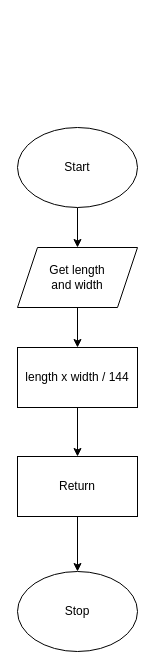
The draw.io diagram flow.drawio in lily-liu-17/ics4u-unit1-05-typescript, before the edit. Source tidied: cells renumbered, new cells numbered last; positions are measured from the earlier drawing's top-left corner, leaving out a move shared by most shapes. Both pictures are drawn from the tidied source at 100%, with x=0, y=0 at pixel (17, 127).
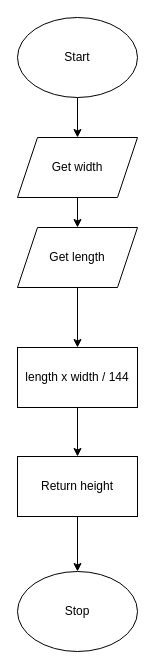
After the change.

Diff of the diagram source:
```diff
@@
 <mxGraphModel>
   <root>
     <mxCell id="0" />
     <mxCell id="1" parent="0" />
     <mxCell id="2" value="Stop" style="ellipse;whiteSpace=wrap;html=1;" parent="1" vertex="1">
       <mxGeometry y="444" width="120" height="80" as="geometry" />
     </mxCell>
-    <mxCell id="3" style="edgeStyle=none;html=1;" parent="1" edge="1" source="4" target="8">
-      <mxGeometry relative="1" as="geometry" />
-    </mxCell>
+    <mxCell id="11" style="edgeStyle=none;html=1;" parent="1" edge="1" source="4" target="15">
+      <mxGeometry relative="1" as="geometry" />
+    </mxCell>
     <mxCell id="4" value="Start" style="ellipse;whiteSpace=wrap;html=1;" parent="1" vertex="1">
-      <mxGeometry width="120" height="80" as="geometry" />
+      <mxGeometry y="-110" width="120" height="80" as="geometry" />
     </mxCell>
     <mxCell id="5" style="edgeStyle=none;html=1;" parent="1" edge="1" source="6" target="2">
       <mxGeometry relative="1" as="geometry" />
     </mxCell>
-    <mxCell id="6" value="Return" style="rounded=0;whiteSpace=wrap;html=1;" parent="1" vertex="1">
+    <mxCell id="6" value="Return height" style="rounded=0;whiteSpace=wrap;html=1;" parent="1" vertex="1">
       <mxGeometry y="329" width="120" height="60" as="geometry" />
     </mxCell>
-    <mxCell id="7" style="edgeStyle=none;html=1;" parent="1" edge="1" source="8" target="10">
-      <mxGeometry relative="1" as="geometry" />
-    </mxCell>
-    <mxCell id="8" value="Get length &lt;br&gt;and width" style="shape=parallelogram;perimeter=parallelogramPerimeter;whiteSpace=wrap;html=1;fixedSize=1;" parent="1" vertex="1">
-      <mxGeometry y="120" width="120" height="60" as="geometry" />
-    </mxCell>
     <mxCell id="9" style="edgeStyle=none;html=1;" parent="1" edge="1" source="10" target="6">
       <mxGeometry relative="1" as="geometry" />
     </mxCell>
     <mxCell id="10" value="length x width / 144" style="rounded=0;whiteSpace=wrap;html=1;" parent="1" vertex="1">
       <mxGeometry y="220" width="120" height="60" as="geometry" />
     </mxCell>
+    <mxCell id="12" style="edgeStyle=none;html=1;" parent="1" edge="1" source="13" target="10">
+      <mxGeometry relative="1" as="geometry" />
+    </mxCell>
+    <mxCell id="13" value="Get length" style="shape=parallelogram;perimeter=parallelogramPerimeter;whiteSpace=wrap;html=1;fixedSize=1;" parent="1" vertex="1">
+      <mxGeometry y="100" width="120" height="60" as="geometry" />
+    </mxCell>
+    <mxCell id="14" style="edgeStyle=none;html=1;" parent="1" edge="1" source="15" target="13">
+      <mxGeometry relative="1" as="geometry" />
+    </mxCell>
+    <mxCell id="15" value="Get width" style="shape=parallelogram;perimeter=parallelogramPerimeter;whiteSpace=wrap;html=1;fixedSize=1;" parent="1" vertex="1">
+      <mxGeometry y="10" width="120" height="60" as="geometry" />
+    </mxCell>
   </root>
 </mxGraphModel>
```
